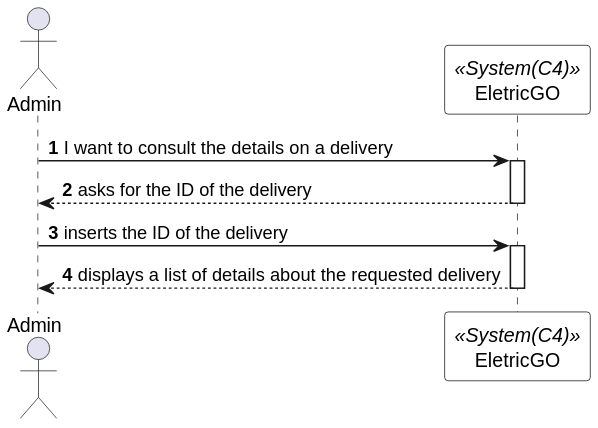
0franciscor/dei_3dj_057 keeps this PlantUML diagram as Documents/Deployment Diagrams/Level 1 - System Context/Process View/Delivery/listDeliverySSD.svg. Above is the earlier version.
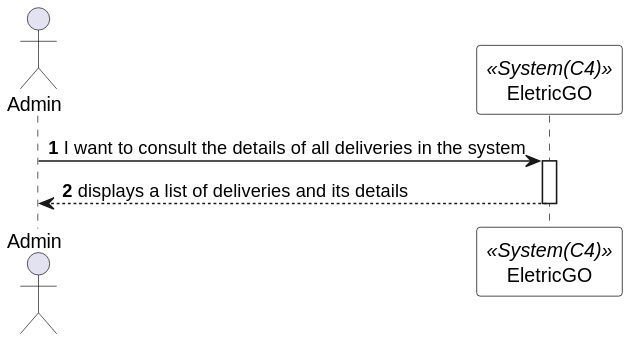
After the change.

Diff of the diagram source:
```diff
@@ -1,4 +1,4 @@
-@startuml createDeliverySSD
+@startuml listDeliverySSD
 autonumber
 
 skinparam sequence {
@@ -10,16 +10,10 @@
 participant EletricGO as system <<System(C4)>>
 
 
-admin -> system: I want to consult the details on a delivery
+admin -> system: I want to consult the details of all deliveries in the system
 activate system
 
-system --> admin: asks for the ID of the delivery
-deactivate system
-
-admin -> system: inserts the ID of the delivery
-activate system
-
-system --> admin: displays a list of details about the requested delivery
+system --> admin: displays a list of deliveries and its details
 deactivate system
 
 deactivate system
```
